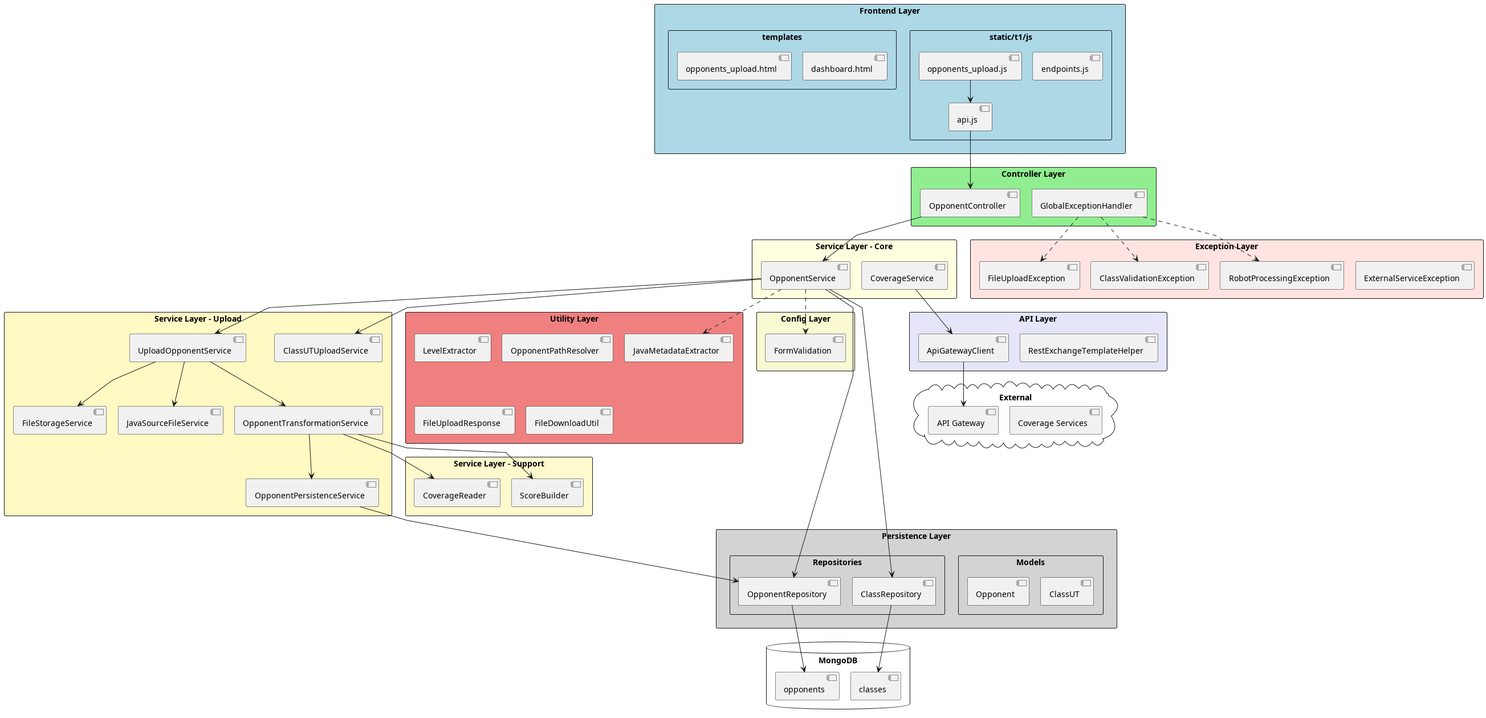
This is T1-G11/documentation/diagram/final/package_diagram/Package_Diagram_final.png from Testing-Game-SAD-2023/A13, a PlantUML export, as it was before one commit.
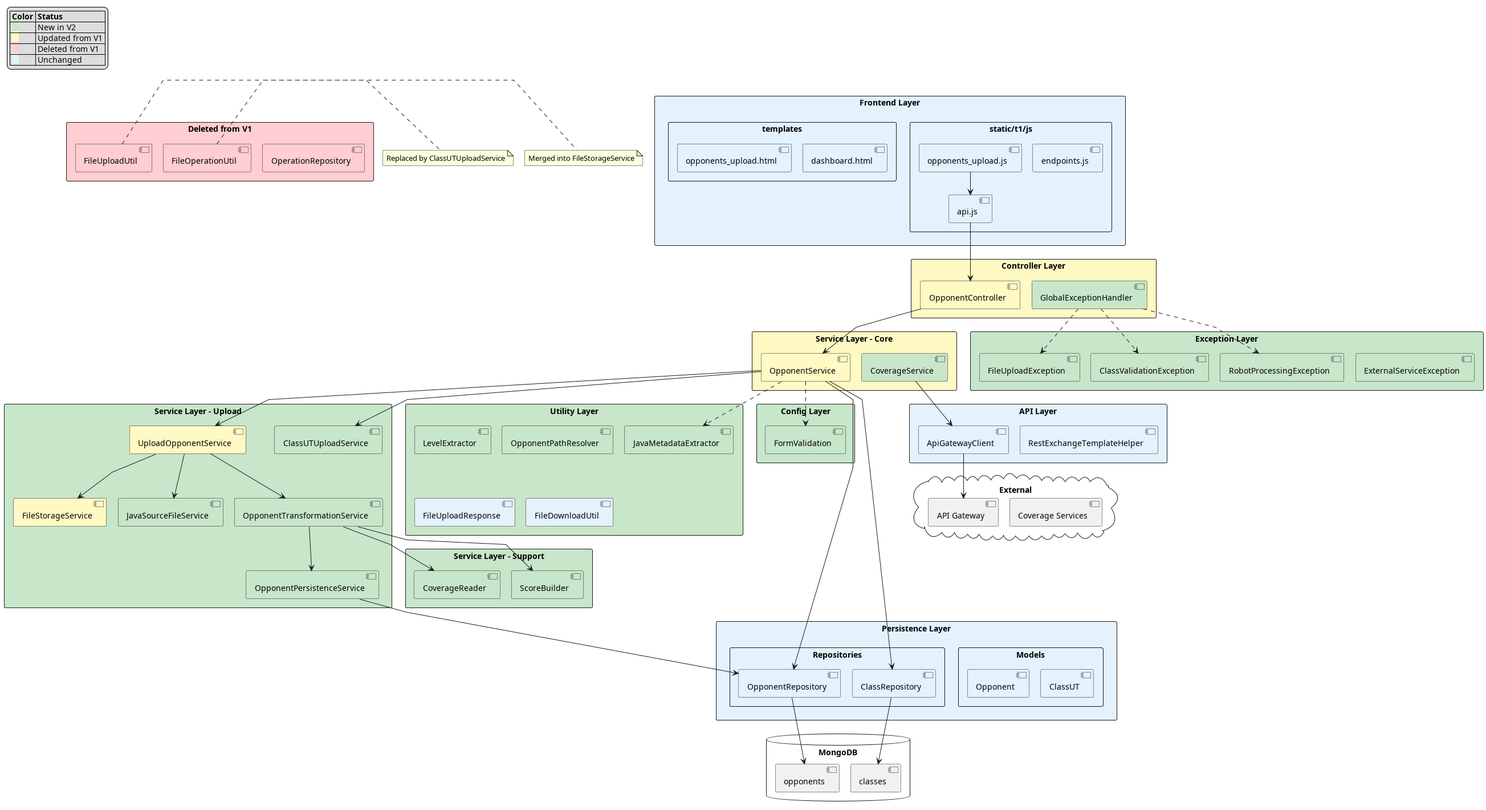
Above is the later version.

Change to the diagram source:
```diff
@@ -9,76 +9,89 @@
 skinparam nodesep 20
 skinparam ranksep 40
 
-package "Frontend Layer" <<Rectangle>> #LightBlue {
+!define NEW_COLOR #C8E6C9
+!define UPDATED_COLOR #FFF9C4
+!define DELETED_COLOR #FFCDD2
+!define UNCHANGED_COLOR #E3F2FD
+
+legend top left
+  |= Color |= Status |
+  | <back:#C8E6C9>   </back> | New in V2 |
+  | <back:#FFF9C4>   </back> | Updated from V1 |
+  | <back:#FFCDD2>   </back> | Deleted from V1 |
+  | <back:#E3F2FD>   </back> | Unchanged |
+endlegend
+
+package "Frontend Layer" <<Rectangle>> #E3F2FD {
   package "templates" {
-    [opponents_upload.html]
-    [dashboard.html]
+    [opponents_upload.html] UNCHANGED_COLOR
+    [dashboard.html] UNCHANGED_COLOR
   }
 
   package "static/t1/js" {
-    [opponents_upload.js]
-    [api.js]
-    [endpoints.js]
+    [opponents_upload.js] UNCHANGED_COLOR
+    [api.js] UNCHANGED_COLOR
+    [endpoints.js] UNCHANGED_COLOR
   }
 }
 
-package "Controller Layer" <<Rectangle>> #LightGreen {
-  [OpponentController]
-  [GlobalExceptionHandler]
+package "Controller Layer" <<Rectangle>> #FFF9C4 {
+  [OpponentController] #FFF9C4
+  [GlobalExceptionHandler] #C8E6C9
 }
 
-package "Service Layer - Core" <<Rectangle>> #LightYellow {
-  [OpponentService]
-  [CoverageService]
+package "Service Layer - Core" <<Rectangle>> #FFF9C4 {
+  [OpponentService] #FFF9C4
+  [CoverageService] #C8E6C9
 }
 
-package "Service Layer - Upload" <<Rectangle>> #FFF9C4 {
-  [UploadOpponentService]
-  [ClassUTUploadService]
-  [FileStorageService]
-  [JavaSourceFileService]
-  [OpponentTransformationService]
-  [OpponentPersistenceService]
+package "Service Layer - Upload" <<Rectangle>> #C8E6C9 {
+  [UploadOpponentService] #FFF9C4
+  [ClassUTUploadService] #C8E6C9
+  [FileStorageService] #FFF9C4
+  [JavaSourceFileService] #C8E6C9
+  [OpponentTransformationService] #C8E6C9
+  [OpponentPersistenceService] #C8E6C9
 }
 
-package "Service Layer - Support" <<Rectangle>> #FFFACD {
-  [CoverageReader]
-  [ScoreBuilder]
+package "Service Layer - Support" <<Rectangle>> #C8E6C9 {
+  [CoverageReader] #C8E6C9
+  [ScoreBuilder] #C8E6C9
 }
 
-package "Exception Layer" <<Rectangle>> #FFE4E1 {
-  [FileUploadException]
-  [ClassValidationException]
-  [RobotProcessingException]
-  [ExternalServiceException]
+package "Exception Layer" <<Rectangle>> #C8E6C9 {
+  [FileUploadException] #C8E6C9
+  [ClassValidationException] #C8E6C9
+  [RobotProcessingException] #C8E6C9
+  [ExternalServiceException] #C8E6C9
 }
 
-package "Utility Layer" <<Rectangle>> #LightCoral {
-  [JavaMetadataExtractor]
-  [LevelExtractor]
-  [OpponentPathResolver]
-  [FileUploadResponse]
-  [FileDownloadUtil]
+package "Utility Layer" <<Rectangle>> #C8E6C9 {
+  [JavaMetadataExtractor] #C8E6C9
+  [LevelExtractor] #C8E6C9
+  [OpponentPathResolver] #C8E6C9
+  [FileUploadResponse] #E3F2FD
+  [FileDownloadUtil] #E3F2FD
 }
 
-package "Config Layer" <<Rectangle>> #LightGoldenRodYellow {
-  [FormValidation]
+package "Config Layer" <<Rectangle>> #C8E6C9 {
+  [FormValidation] #C8E6C9
 }
 
-package "API Layer" <<Rectangle>> #Lavender {
-  [ApiGatewayClient]
-  [RestExchangeTemplateHelper]
+package "API Layer" <<Rectangle>> #E3F2FD {
+  [ApiGatewayClient] #E3F2FD
+  [RestExchangeTemplateHelper] #E3F2FD
 }
 
-package "Persistence Layer" <<Rectangle>> #LightGray {
+package "Persistence Layer" <<Rectangle>> #E3F2FD {
   package "Repositories" {
-    [OpponentRepository]
-    [ClassRepository]
+    [OpponentRepository] #E3F2FD
+    [ClassRepository] #E3F2FD
   }
 
   package "Models" {
-    [Opponent]
-    [ClassUT]
+    [Opponent] #E3F2FD
+    [ClassUT] #E3F2FD
   }
 }
 
@@ -123,4 +136,18 @@
 [OpponentRepository] --> [opponents]
 [ClassRepository] --> [classes]
 
+package "Deleted from V1" <<Rectangle>> #FFCDD2 {
+  [FileUploadUtil] #FFCDD2
+  [FileOperationUtil] #FFCDD2
+  [OperationRepository] #FFCDD2
+}
+
+note right of [FileUploadUtil]
+  Replaced by ClassUTUploadService
+end note
+
+note right of [FileOperationUtil]
+  Merged into FileStorageService
+end note
+
 @enduml
```
